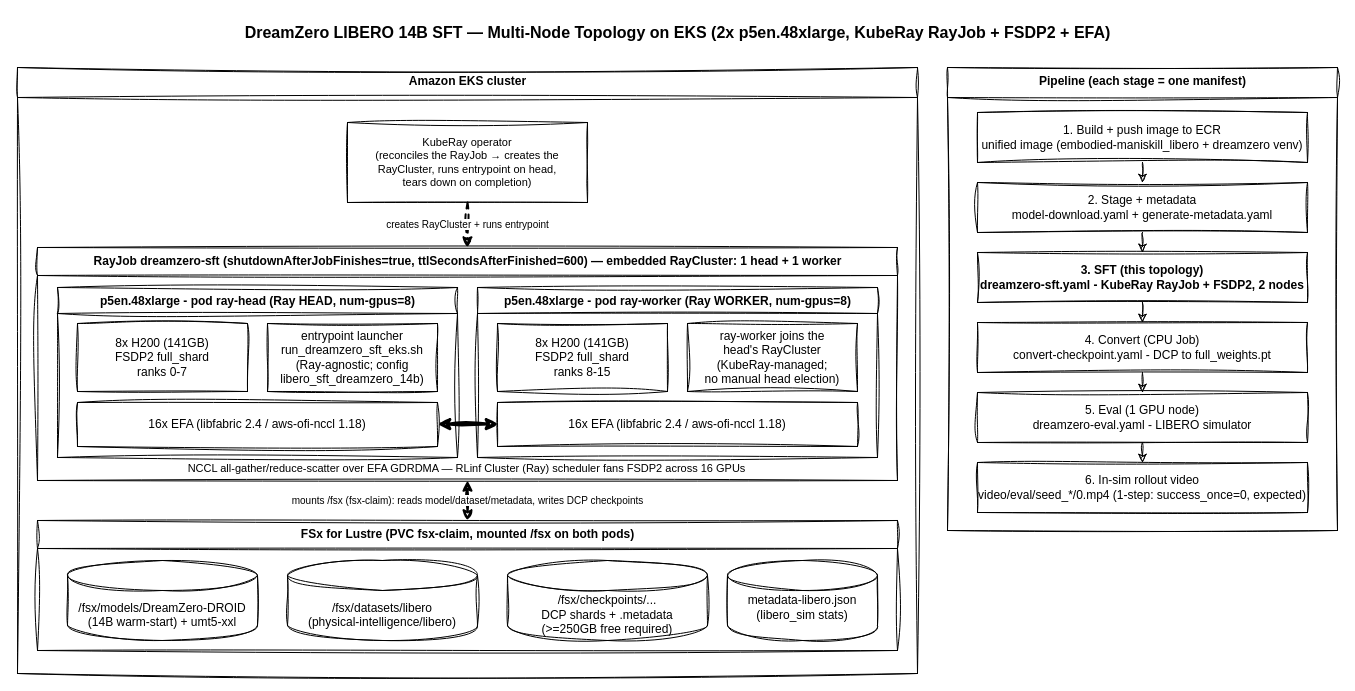
aws-samples/sample-rlinf-on-eks keeps this draw.io diagram as examples/dreamzero/diagrams/infra-dreamzero-sft.drawio. Above is the earlier version. Source tidied: cells renumbered, new cells numbered last; positions are measured from the earlier drawing's top-left corner, leaving out a move shared by most shapes. Both pictures are drawn from the tidied source at 100%, with x=0, y=0 at pixel (17, 17).
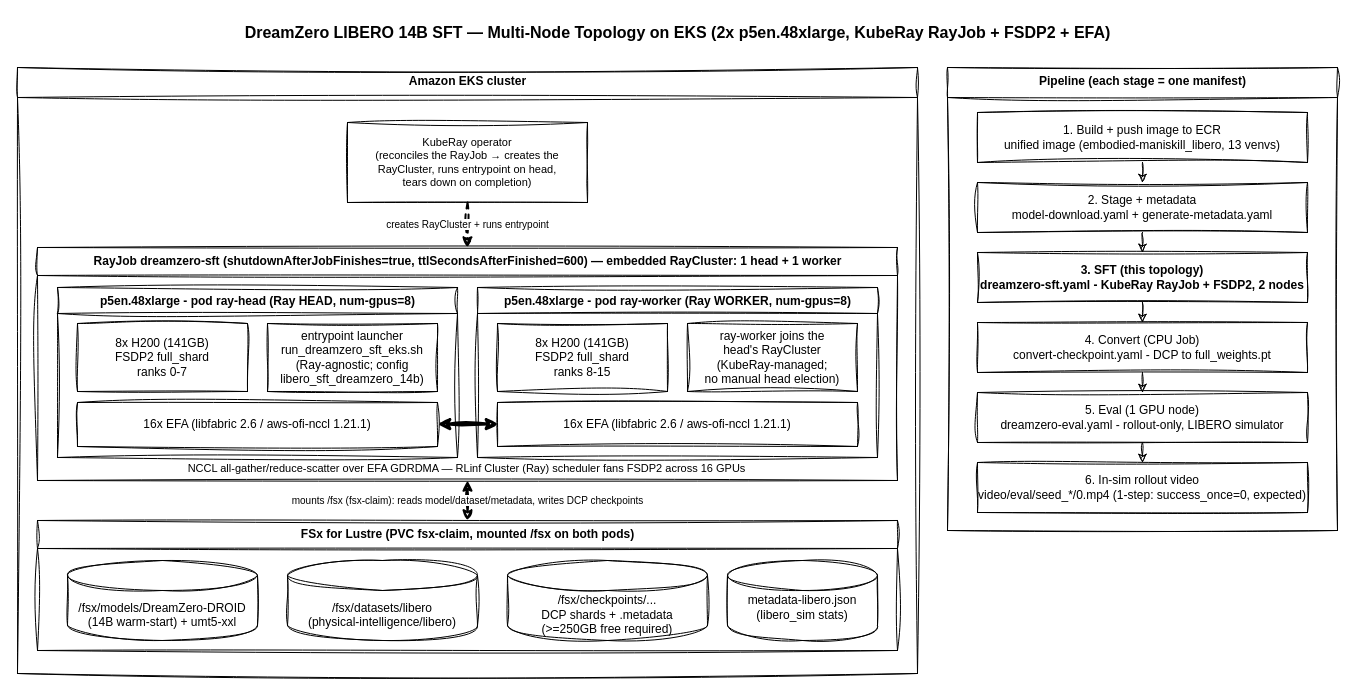
Above is the later version.

Unchanged cells that the change refers to:
```xml
<mxCell id="6" value="p5en.48xlarge - pod ray-head  (Ray HEAD, num-gpus=8)" style="swimlane;startSize=26;html=1;fontStyle=1;verticalAlign=top;labelBackgroundColor=none;rounded=0;sketch=1;curveFitting=1;jiggle=2;" parent="5" vertex="1">
  <mxGeometry x="20" y="40" width="400" height="170" as="geometry" />
</mxCell>
<mxCell id="11" value="p5en.48xlarge - pod ray-worker  (Ray WORKER, num-gpus=8)" style="swimlane;startSize=26;html=1;fontStyle=1;verticalAlign=top;labelBackgroundColor=none;rounded=0;sketch=1;curveFitting=1;jiggle=2;" parent="5" vertex="1">
  <mxGeometry x="440" y="40" width="400" height="170" as="geometry" />
</mxCell>
<mxCell id="22" value="Pipeline (each stage = one manifest)" style="swimlane;startSize=30;html=1;fontStyle=1;verticalAlign=top;labelBackgroundColor=none;rounded=0;sketch=1;curveFitting=1;jiggle=2;" parent="1" vertex="1">
  <mxGeometry x="930" y="50" width="390" height="463" as="geometry" />
</mxCell>
```

Diff of the diagram source:
```diff
@@
-    <mxCell id="9" value="16x EFA  (libfabric 2.4 / aws-ofi-nccl 1.18)" style="rounded=0;whiteSpace=wrap;html=1;labelBackgroundColor=none;sketch=1;curveFitting=1;jiggle=2;" parent="6" vertex="1">
+    <mxCell id="9" value="16x EFA  (libfabric 2.6 / aws-ofi-nccl 1.21.1)" style="rounded=0;whiteSpace=wrap;html=1;labelBackgroundColor=none;sketch=1;curveFitting=1;jiggle=2;" parent="6" vertex="1">
       <mxGeometry x="20" y="115" width="360" height="44" as="geometry" />
     </mxCell>
@@
-    <mxCell id="14" value="16x EFA  (libfabric 2.4 / aws-ofi-nccl 1.18)" style="rounded=0;whiteSpace=wrap;html=1;labelBackgroundColor=none;sketch=1;curveFitting=1;jiggle=2;" parent="11" vertex="1">
+    <mxCell id="14" value="16x EFA  (libfabric 2.6 / aws-ofi-nccl 1.21.1)" style="rounded=0;whiteSpace=wrap;html=1;labelBackgroundColor=none;sketch=1;curveFitting=1;jiggle=2;" parent="11" vertex="1">
       <mxGeometry x="20" y="115" width="360" height="44" as="geometry" />
     </mxCell>
@@
-    <mxCell id="23" value="1. Build + push image to ECR&#10;unified image (embodied-maniskill_libero + dreamzero venv)" style="rounded=0;whiteSpace=wrap;html=1;labelBackgroundColor=none;sketch=1;curveFitting=1;jiggle=2;" parent="22" vertex="1">
+    <mxCell id="23" value="1. Build + push image to ECR&#10;unified image (embodied-maniskill_libero, 13 venvs)" style="rounded=0;whiteSpace=wrap;html=1;labelBackgroundColor=none;sketch=1;curveFitting=1;jiggle=2;" parent="22" vertex="1">
       <mxGeometry x="30" y="45" width="330" height="50" as="geometry" />
     </mxCell>
@@
-    <mxCell id="27" value="5. Eval  (1 GPU node)&#10;dreamzero-eval.yaml - LIBERO simulator" style="rounded=0;whiteSpace=wrap;html=1;labelBackgroundColor=none;sketch=1;curveFitting=1;jiggle=2;" parent="22" vertex="1">
+    <mxCell id="27" value="5. Eval  (1 GPU node)&#10;dreamzero-eval.yaml - rollout-only, LIBERO simulator" style="rounded=0;whiteSpace=wrap;html=1;labelBackgroundColor=none;sketch=1;curveFitting=1;jiggle=2;" parent="22" vertex="1">
       <mxGeometry x="30" y="325" width="330" height="50" as="geometry" />
     </mxCell>
```
